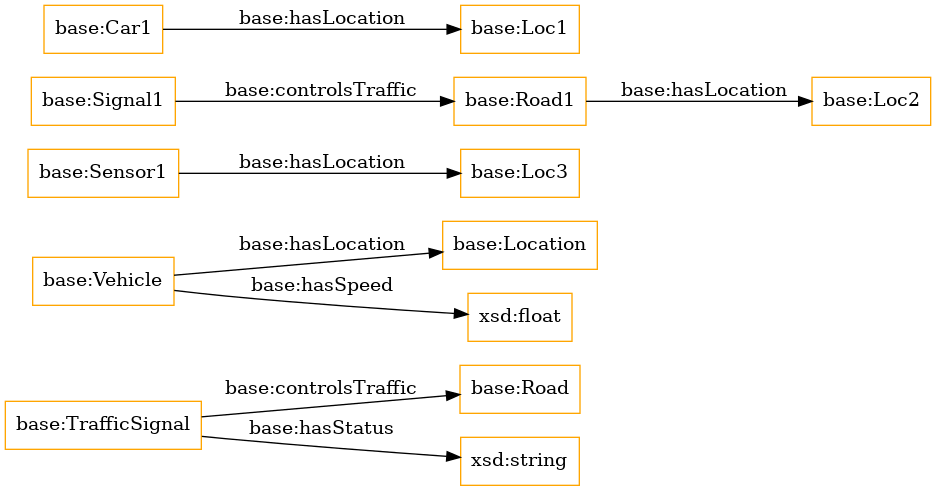
The Graphviz diagram OnToology/ITS_Ontology.ttl/diagrams/ar2dtool-class/ITS_Ontology.ttl.png in k-vaughn/5087, before a commit. Its source is kept beside it as OnToology/ITS_Ontology.ttl/diagrams/ar2dtool-class/ITS_Ontology.ttl.png.dot.
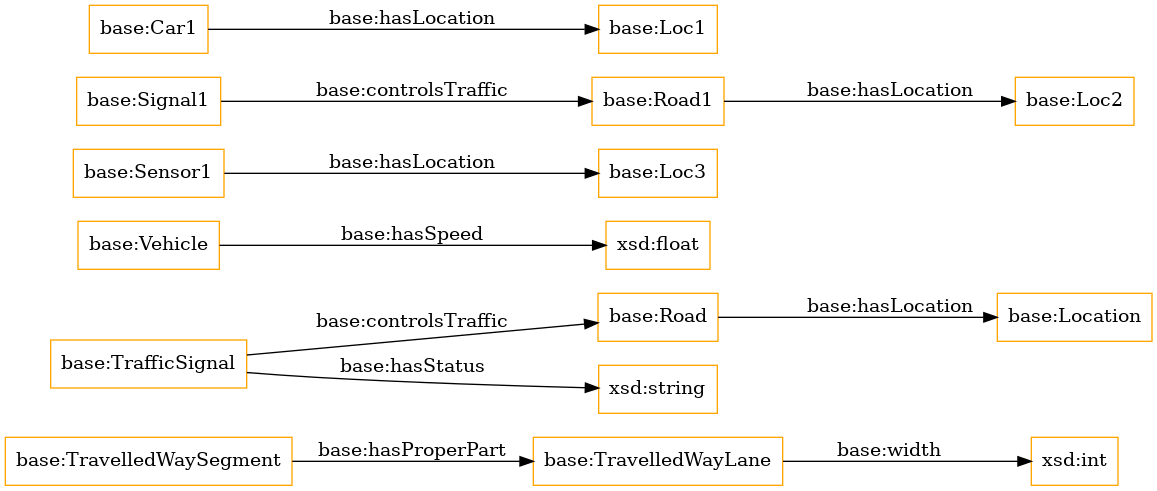
Later version of the same file.

The edit, as a diff of the source:
```diff
@@ -1,14 +1,16 @@
 digraph ar2dtool_diagram {
 rankdir=LR;
 size="1501"
-node [shape = rectangle, color="orange"]; "base:TrafficSignal" "base:Road" "base:Vehicle" ; /*classes style*/
+node [shape = rectangle, color="orange"]; "base:TravelledWaySegment" "base:Road" "base:TrafficSignal" "base:Location" "base:Vehicle" "base:TravelledWayLane" ; /*classes style*/
 	"base:Sensor1" -> "base:Loc3" [ label = "base:hasLocation" ];
 	"base:Road1" -> "base:Loc2" [ label = "base:hasLocation" ];
 	"base:Car1" -> "base:Loc1" [ label = "base:hasLocation" ];
 	"base:Signal1" -> "base:Road1" [ label = "base:controlsTraffic" ];
-	"base:Vehicle" -> "base:Location" [ label = "base:hasLocation" ];
+	"base:Road" -> "base:Location" [ label = "base:hasLocation" ];
+	"base:TravelledWaySegment" -> "base:TravelledWayLane" [ label = "base:hasProperPart" ];
 	"base:Vehicle" -> "xsd:float" [ label = "base:hasSpeed" ];
 	"base:TrafficSignal" -> "xsd:string" [ label = "base:hasStatus" ];
 	"base:TrafficSignal" -> "base:Road" [ label = "base:controlsTraffic" ];
+	"base:TravelledWayLane" -> "xsd:int" [ label = "base:width" ];
 
 }
```
